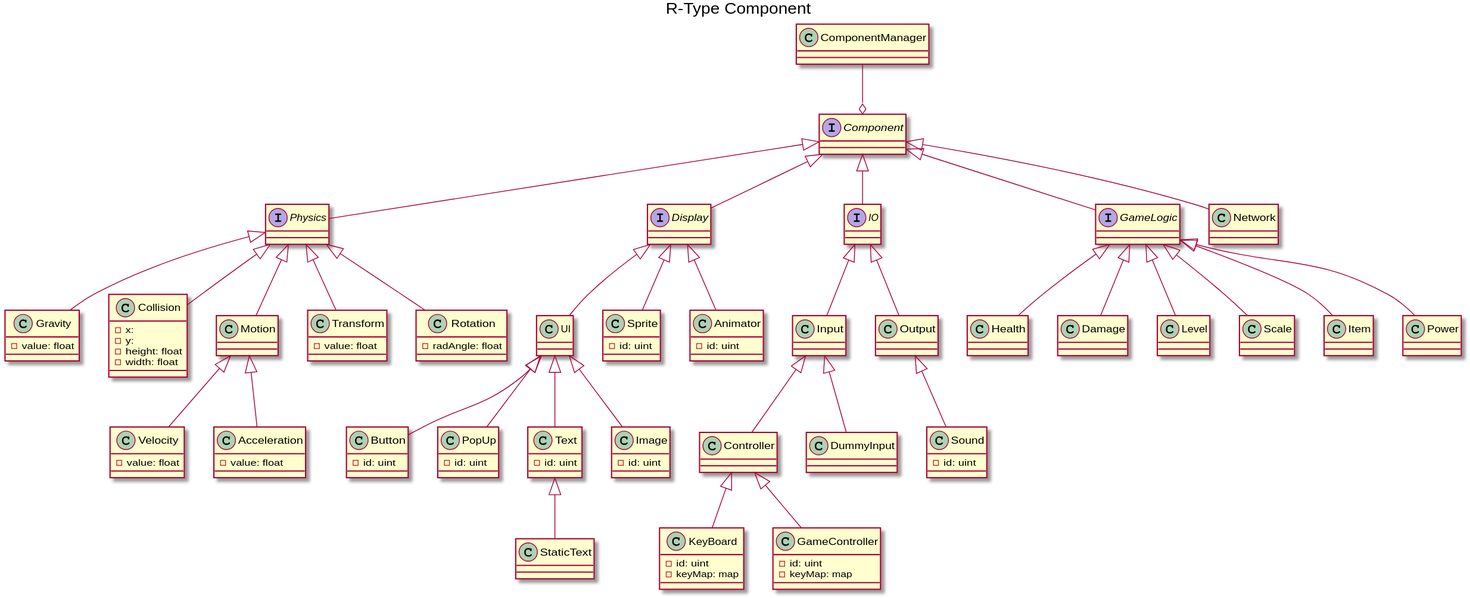
Before: Documentation/UML/Component.uml.svg, a diagram exported from PlantUML (Jostyck9/R-type). The source it was exported from:
```plantuml
@startuml
title R-Type Component

Interface Component

Component <|-- Physics
Component <|-- Display
Component <|-- IO
Component <|-- GameLogic
Component <|-- Network

interface Physics

class Gravity {
    - value: float
}

class Collision {
    - x:
    - y:
    - height: float
    - width: float
}

class Motion

class Velocity {
    - value: float
}
class Acceleration {
    - value: float
}

class Transform {
    - value: float
}
class Rotation {
    - radAngle: float
}


Physics <|-- Gravity
Physics <|-- Collision
Physics <|-- Motion
Physics <|-- Transform
Physics <|-- Rotation

Motion <|-- Velocity
Motion <|-- Acceleration


interface Display

Display <|-- UI
Display <|-- Sprite
Display <|-- Animator

UI <|-- Button
UI <|-- PopUp
UI <|-- Text
UI <|-- Image

Text <|-- StaticText

class UI {
}

class Button {
    - id: uint
}
class PopUp {
    - id: uint
}
class Text {
    - id: uint
}
class Image {
    - id: uint
}

class Sprite {
    - id: uint
}

class Animator {
    - id: uint
}

interface IO

IO <|-- Input
IO <|-- Output

Output <|-- Sound

Input <|-- Controller
Input <|-- DummyInput

Controller <|-- KeyBoard
Controller <|-- GameController

class Sound {
    - id: uint
}

class Controller

class KeyBoard {
    - id: uint
    - keyMap: map
}
class GameController {
    - id: uint
    - keyMap: map
}

interface GameLogic

GameLogic <|-- Health
GameLogic <|-- Damage
GameLogic <|-- Level
GameLogic <|-- Scale
GameLogic <|-- Item
GameLogic <|-- Power


ComponentManager --o Component
@enduml
```
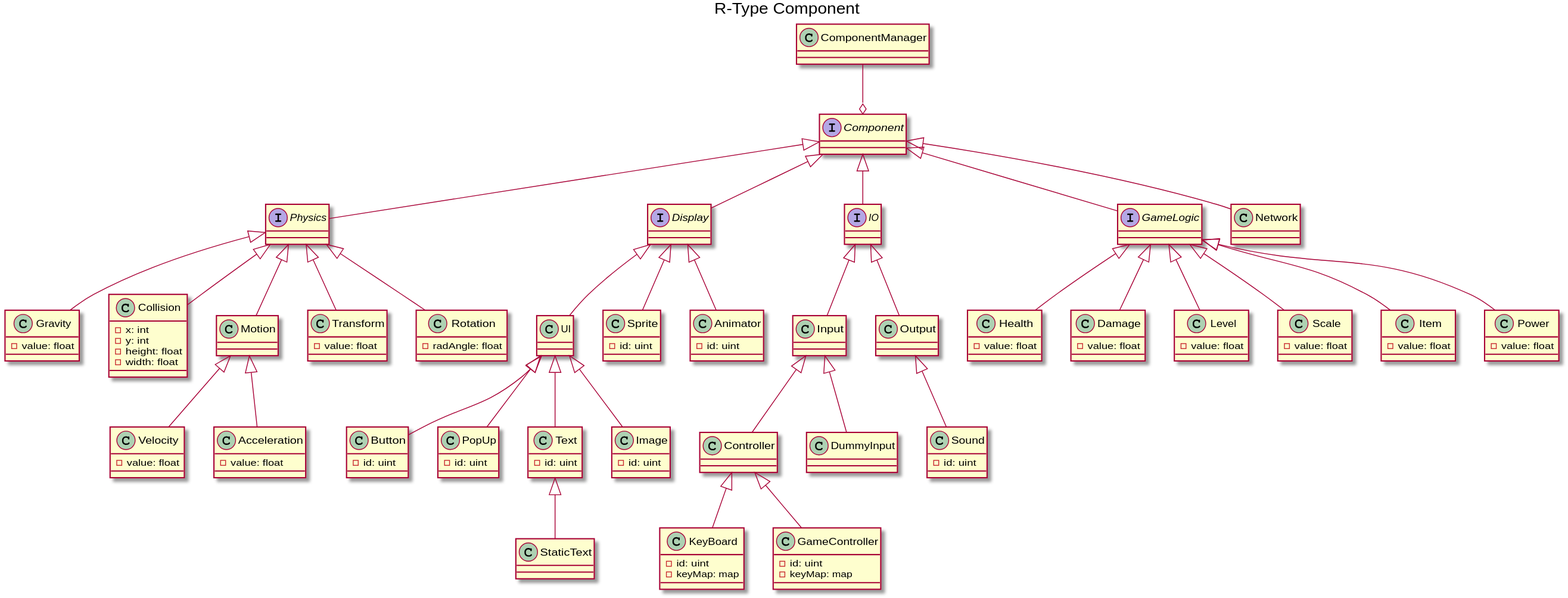
The same diagram one commit later.

Commit message:
component uml

Diff of the diagram source:
```diff
@@ -16,8 +16,8 @@
 }
 
 class Collision {
-    - x:
-    - y:
+    - x: int
+    - y: int
     - height: float
     - width: float
 }
@@ -124,5 +124,25 @@
 GameLogic <|-- Power
 
 
+class Health {
+    - value: float
+}
+class Damage {
+    - value: float
+}
+class Level {
+    - value: float
+}
+class Scale {
+    - value: float
+}
+class Item {
+    - value: float
+}
+class Power {
+    - value: float
+}
+
+
 ComponentManager --o Component
 @enduml
```
